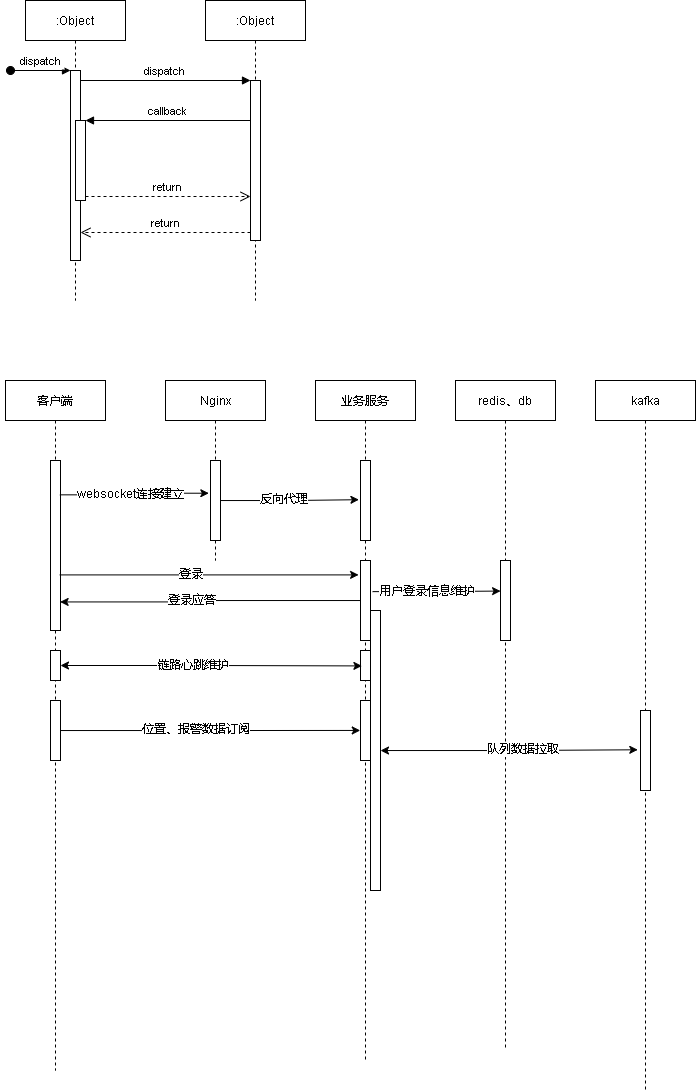
This is cgopro关键业务.drawio.png from xktder/draw, a draw.io export, as it was before one commit. Source tidied: cells renumbered, new cells last; positions are measured from the earlier drawing's top-left corner, leaving out a move shared by most shapes.
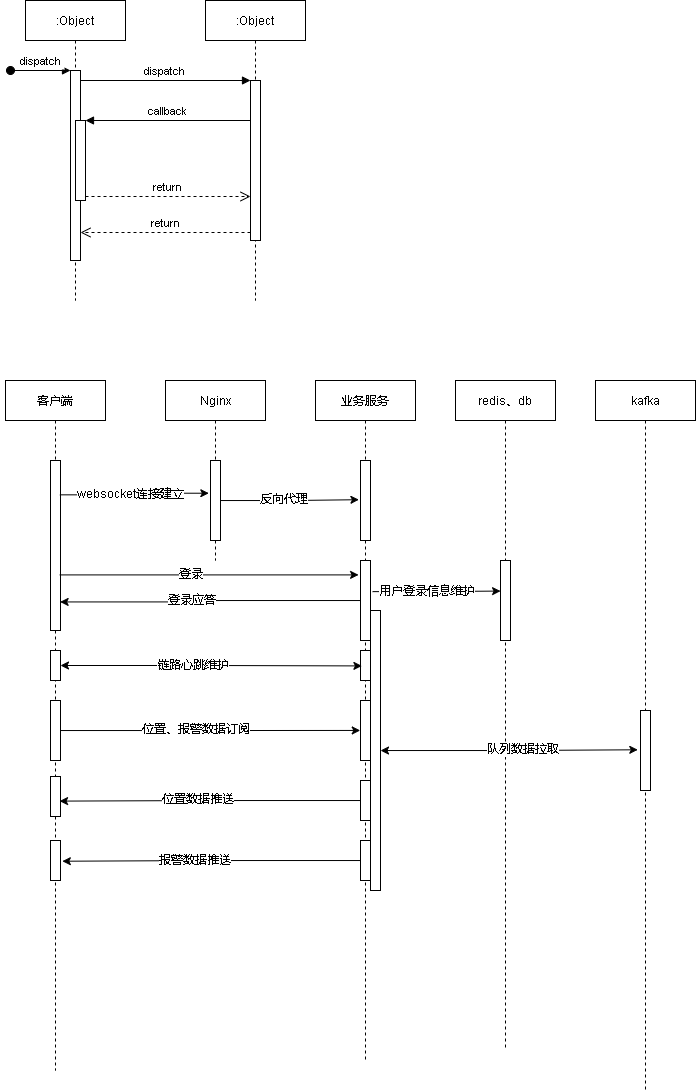
The same diagram one commit later.

Commit message:
更新cgopro关键业务.drawio.png

Diff of the diagram source:
```diff
@@ -46,6 +46,12 @@
     <mxCell id="15" style="points=[];perimeter=orthogonalPerimeter;rounded=0;shadow=0;strokeWidth=1;" parent="12" vertex="1">
       <mxGeometry x="45" y="320" width="10" height="60" as="geometry" />
     </mxCell>
+    <mxCell id="44" style="points=[];perimeter=orthogonalPerimeter;rounded=0;shadow=0;strokeWidth=1;" parent="12" vertex="1">
+      <mxGeometry x="45" y="396" width="10" height="40" as="geometry" />
+    </mxCell>
+    <mxCell id="45" style="points=[];perimeter=orthogonalPerimeter;rounded=0;shadow=0;strokeWidth=1;" parent="12" vertex="1">
+      <mxGeometry x="45" y="460" width="10" height="40" as="geometry" />
+    </mxCell>
     <mxCell id="16" value="Nginx" style="shape=umlLifeline;perimeter=lifelinePerimeter;rounded=0;shadow=0;strokeWidth=1;" parent="1" vertex="1">
       <mxGeometry x="160" y="380" width="100" height="180" as="geometry" />
     </mxCell>
@@ -70,6 +76,12 @@
     <mxCell id="23" style="points=[];perimeter=orthogonalPerimeter;rounded=0;shadow=0;strokeWidth=1;" parent="18" vertex="1">
       <mxGeometry x="55" y="230" width="10" height="280" as="geometry" />
     </mxCell>
+    <mxCell id="46" style="points=[];perimeter=orthogonalPerimeter;rounded=0;shadow=0;strokeWidth=1;" parent="18" vertex="1">
+      <mxGeometry x="45" y="400" width="10" height="40" as="geometry" />
+    </mxCell>
+    <mxCell id="47" style="points=[];perimeter=orthogonalPerimeter;rounded=0;shadow=0;strokeWidth=1;" parent="18" vertex="1">
+      <mxGeometry x="45" y="460" width="10" height="40" as="geometry" />
+    </mxCell>
     <mxCell id="24" value="redis、db" style="shape=umlLifeline;perimeter=lifelinePerimeter;rounded=0;shadow=0;strokeWidth=1;" parent="1" vertex="1">
       <mxGeometry x="450" y="380" width="100" height="670" as="geometry" />
     </mxCell>
@@ -130,5 +142,19 @@
     <mxCell id="43" value="队列数据拉取" style="edgeLabel;html=1;align=center;verticalAlign=middle;" parent="42" vertex="1">
       <mxGeometry x="0.1" y="1" relative="1" as="geometry" />
     </mxCell>
+    <mxCell id="48" style="edgeStyle=orthogonalEdgeStyle;rounded=0;jettySize=auto;html=1;entryX=0.907;entryY=0.615;entryDx=0;entryDy=0;entryPerimeter=0;startArrow=none;startFill=0;" parent="1" edge="1" source="46" target="44">
+      <mxGeometry relative="1" as="geometry" />
+    </mxCell>
+    <mxCell id="49" value="位置数据推送" style="edgeLabel;html=1;align=center;verticalAlign=middle;" parent="48" vertex="1">
+      <mxGeometry x="0.09" y="-2" relative="1" as="geometry" />
+    </mxCell>
+    <mxCell id="50" style="edgeStyle=orthogonalEdgeStyle;rounded=0;jettySize=auto;html=1;entryX=1.183;entryY=0.518;entryDx=0;entryDy=0;entryPerimeter=0;startArrow=none;startFill=0;" parent="1" edge="1" source="47" target="45">
+      <mxGeometry relative="1" as="geometry" />
+    </mxCell>
+    <mxCell id="51" value="报警数据推送" style="edgeLabel;html=1;align=center;verticalAlign=middle;" parent="50" vertex="1">
+      <mxGeometry x="0.18" y="-1" relative="1" as="geometry">
+        <mxPoint x="9" as="offset" />
+      </mxGeometry>
+    </mxCell>
   </root>
 </mxGraphModel>
```
